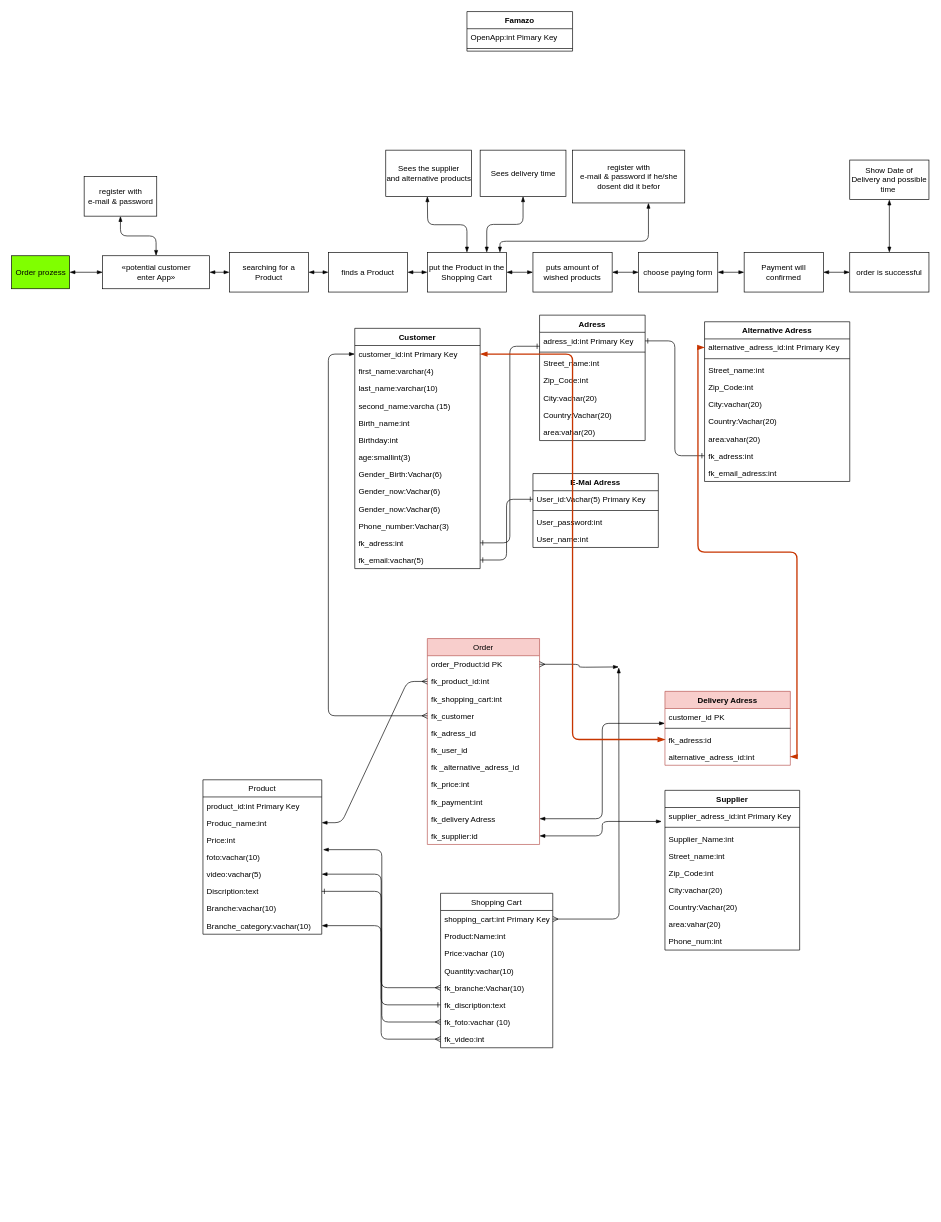
This is page "Famazon Visual 3 UML" (3 of 3) of Michael/FamazonMichael.drawio from MichaelGarrigosa/backenddayone, a draw.io file, before an edit. Source tidied: cells renumbered, new cells numbered last; positions are measured from the earlier drawing's top-left corner, leaving out a move shared by most shapes. Both pictures are drawn from the tidied source at 66%, with x=0, y=0 at pixel (11, 11).
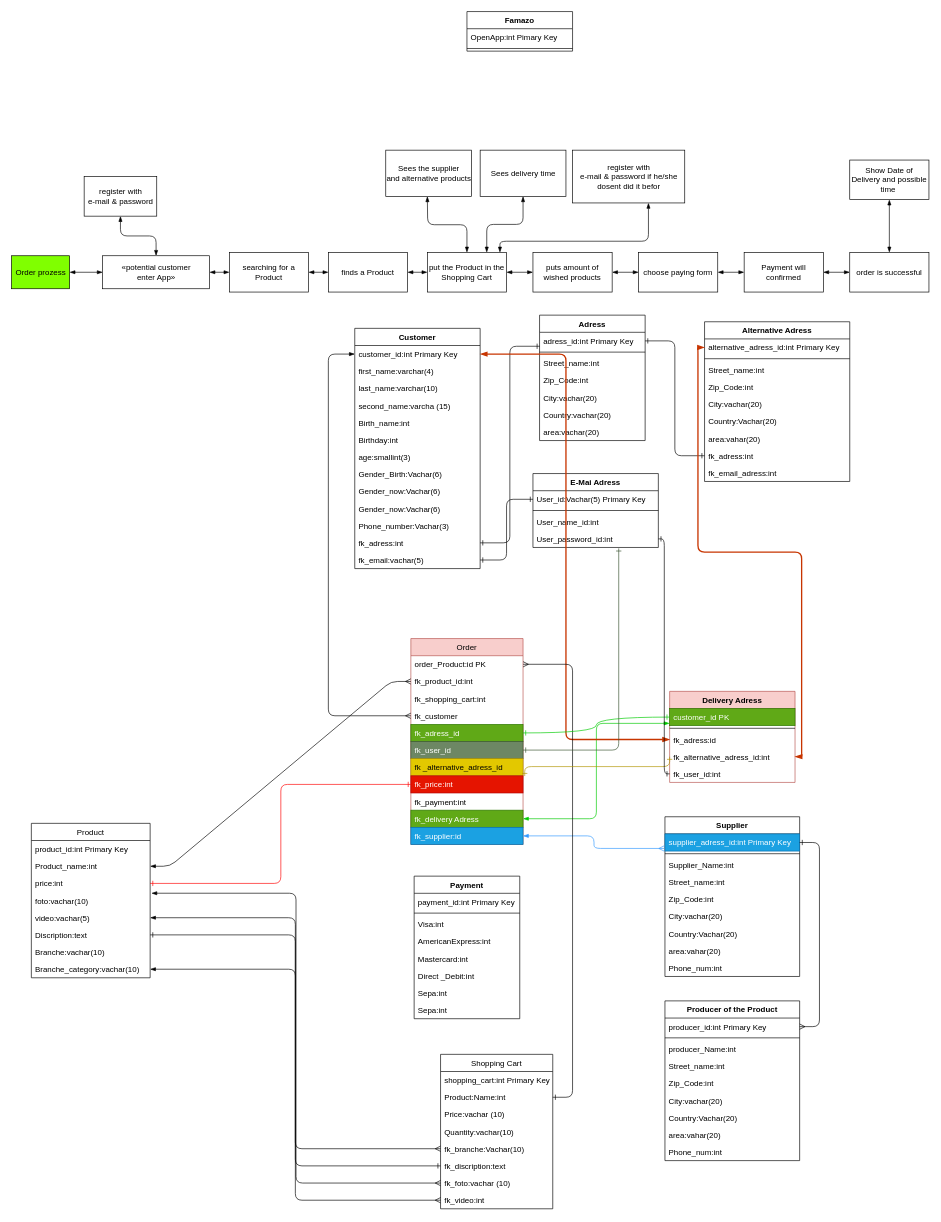
The same diagram, later.

The change refers to these unchanged cells:
```xml
<mxCell id="2" value="Adress" style="swimlane;fontStyle=1;align=center;verticalAlign=top;horizontal=1;startSize=26;" parent="1" vertex="1">
  <mxGeometry x="800" y="460" width="160" height="190" as="geometry" />
</mxCell>
<mxCell id="11" value="customer_id:int Primary Key" style="text;strokeColor=none;fillColor=none;align=left;verticalAlign=top;spacingLeft=4;spacingRight=4;overflow=hidden;points=[[0,0.5],[1,0.5]];portConstraint=eastwest;" parent="10" vertex="1">
  <mxGeometry y="26" width="190" height="26" as="geometry" />
</mxCell>
<mxCell id="24" value="E-Mai Adress" style="swimlane;fontStyle=1;align=center;verticalAlign=top;horizontal=1;startSize=26;" parent="1" vertex="1">
  <mxGeometry x="790" y="700" width="190" height="112" as="geometry" />
</mxCell>
<mxCell id="46" value="shopping_cart:int Primary Key" style="text;strokeColor=none;fillColor=none;align=left;verticalAlign=top;spacingLeft=4;spacingRight=4;overflow=hidden;points=[[0,0.5],[1,0.5]];portConstraint=eastwest;" parent="45" vertex="1">
  <mxGeometry y="26" width="170" height="26" as="geometry" />
</mxCell>
<mxCell id="47" value="Product:Name:int" style="text;strokeColor=none;fillColor=none;align=left;verticalAlign=top;spacingLeft=4;spacingRight=4;overflow=hidden;points=[[0,0.5],[1,0.5]];portConstraint=eastwest;" parent="45" vertex="1">
  <mxGeometry y="52" width="170" height="26" as="geometry" />
</mxCell>
<mxCell id="68" value="order_Product:id PK" style="text;strokeColor=none;fillColor=none;align=left;verticalAlign=top;spacingLeft=4;spacingRight=4;overflow=hidden;points=[[0,0.5],[1,0.5]];portConstraint=eastwest;" parent="67" vertex="1">
  <mxGeometry y="26" width="170" height="26" as="geometry" />
</mxCell>
<mxCell id="84" value="fk_adress:id " style="text;strokeColor=none;fillColor=none;align=left;verticalAlign=top;spacingLeft=4;spacingRight=4;overflow=hidden;points=[[0,0.5],[1,0.5]];portConstraint=eastwest;" parent="81" vertex="1">
  <mxGeometry y="60" width="190" height="26" as="geometry" />
</mxCell>
```

Diff of the diagram source:
```diff
@@
-    <mxCell id="8" value="Country:Vachar(20)" style="text;strokeColor=none;fillColor=none;align=left;verticalAlign=top;spacingLeft=4;spacingRight=4;overflow=hidden;" parent="2" vertex="1">
+    <mxCell id="8" value="Country:vachar(20)" style="text;strokeColor=none;fillColor=none;align=left;verticalAlign=top;spacingLeft=4;spacingRight=4;overflow=hidden;" parent="2" vertex="1">
       <mxGeometry y="138" width="160" height="26" as="geometry" />
     </mxCell>
-    <mxCell id="9" value="area:vahar(20)" style="text;strokeColor=none;fillColor=none;align=left;verticalAlign=top;spacingLeft=4;spacingRight=4;overflow=hidden;" parent="2" vertex="1">
+    <mxCell id="9" value="area:vachar(20)" style="text;strokeColor=none;fillColor=none;align=left;verticalAlign=top;spacingLeft=4;spacingRight=4;overflow=hidden;" parent="2" vertex="1">
       <mxGeometry y="164" width="160" height="26" as="geometry" />
     </mxCell>
@@
-    <mxCell id="27" value="User_password:int" style="text;strokeColor=none;fillColor=none;align=left;verticalAlign=top;spacingLeft=4;spacingRight=4;overflow=hidden;" parent="24" vertex="1">
+    <mxCell id="27" value="User_name_id:int" style="text;strokeColor=none;fillColor=none;align=left;verticalAlign=top;spacingLeft=4;spacingRight=4;overflow=hidden;" parent="24" vertex="1">
       <mxGeometry y="60" width="190" height="26" as="geometry" />
     </mxCell>
-    <mxCell id="28" value="User_name:int" style="text;strokeColor=none;fillColor=none;align=left;verticalAlign=top;spacingLeft=4;spacingRight=4;overflow=hidden;points=[[0,0.5],[1,0.5]];portConstraint=eastwest;" parent="24" vertex="1">
+    <mxCell id="28" value="User_password_id:int" style="text;strokeColor=none;fillColor=none;align=left;verticalAlign=top;spacingLeft=4;spacingRight=4;overflow=hidden;points=[[0,0.5],[1,0.5]];portConstraint=eastwest;" parent="24" vertex="1">
       <mxGeometry y="86" width="190" height="26" as="geometry" />
     </mxCell>
@@
     <mxCell id="45" value="Shopping Cart" style="swimlane;fontStyle=0;horizontal=1;startSize=26;fillColor=none;" parent="1" vertex="1">
-      <mxGeometry x="650" y="1336" width="170" height="234" as="geometry" />
+      <mxGeometry x="650" y="1580" width="170" height="234" as="geometry" />
     </mxCell>
@@
     <mxCell id="54" value="Product" style="swimlane;fontStyle=0;horizontal=1;startSize=26;fillColor=none;" parent="1" vertex="1">
-      <mxGeometry x="290" y="1164" width="180" height="234" as="geometry" />
+      <mxGeometry x="30" y="1230" width="180" height="234" as="geometry" />
     </mxCell>
@@
-    <mxCell id="56" value="Produc_name:int" style="text;strokeColor=none;fillColor=none;align=left;verticalAlign=top;spacingLeft=4;spacingRight=4;overflow=hidden;points=[[0,0.5],[1,0.5]];portConstraint=eastwest;" parent="54" vertex="1">
+    <mxCell id="56" value="Product_name:int" style="text;strokeColor=none;fillColor=none;align=left;verticalAlign=top;spacingLeft=4;spacingRight=4;overflow=hidden;points=[[0,0.5],[1,0.5]];portConstraint=eastwest;" parent="54" vertex="1">
       <mxGeometry y="52" width="180" height="26" as="geometry" />
     </mxCell>
-    <mxCell id="57" value="Price:int" style="text;strokeColor=none;fillColor=none;align=left;verticalAlign=top;spacingLeft=4;spacingRight=4;overflow=hidden;points=[[0,0.5],[1,0.5]];portConstraint=eastwest;" parent="54" vertex="1">
+    <mxCell id="57" value="price:int" style="text;strokeColor=none;fillColor=none;align=left;verticalAlign=top;spacingLeft=4;spacingRight=4;overflow=hidden;points=[[0,0.5],[1,0.5]];portConstraint=eastwest;" parent="54" vertex="1">
       <mxGeometry y="78" width="180" height="26" as="geometry" />
     </mxCell>
@@
     <mxCell id="67" value="Order" style="swimlane;fontStyle=0;horizontal=1;startSize=26;fillColor=#f8cecc;strokeColor=#b85450;" parent="1" vertex="1">
-      <mxGeometry x="630" y="950" width="170" height="312" as="geometry" />
+      <mxGeometry x="605" y="950" width="170" height="312" as="geometry" />
     </mxCell>
@@
-    <mxCell id="72" value="fk_adress_id" style="text;strokeColor=none;fillColor=none;align=left;verticalAlign=top;spacingLeft=4;spacingRight=4;overflow=hidden;points=[[0,0.5],[1,0.5]];portConstraint=eastwest;" parent="67" vertex="1">
+    <mxCell id="72" value="fk_adress_id" style="text;strokeColor=#2D7600;fillColor=#60a917;align=left;verticalAlign=top;spacingLeft=4;spacingRight=4;overflow=hidden;points=[[0,0.5],[1,0.5]];portConstraint=eastwest;fontColor=#ffffff;" parent="67" vertex="1">
       <mxGeometry y="130" width="170" height="26" as="geometry" />
     </mxCell>
-    <mxCell id="73" value="fk_user_id" style="text;strokeColor=none;fillColor=none;align=left;verticalAlign=top;spacingLeft=4;spacingRight=4;overflow=hidden;points=[[0,0.5],[1,0.5]];portConstraint=eastwest;" parent="67" vertex="1">
+    <mxCell id="73" value="fk_user_id" style="text;strokeColor=#3A5431;fillColor=#6d8764;align=left;verticalAlign=top;spacingLeft=4;spacingRight=4;overflow=hidden;points=[[0,0.5],[1,0.5]];portConstraint=eastwest;fontColor=#ffffff;" parent="67" vertex="1">
       <mxGeometry y="156" width="170" height="26" as="geometry" />
     </mxCell>
-    <mxCell id="74" value="fk _alternative_adress_id" style="text;strokeColor=none;fillColor=none;align=left;verticalAlign=top;spacingLeft=4;spacingRight=4;overflow=hidden;" parent="67" vertex="1">
+    <mxCell id="74" value="fk _alternative_adress_id" style="text;strokeColor=#B09500;fillColor=#e3c800;align=left;verticalAlign=top;spacingLeft=4;spacingRight=4;overflow=hidden;fontColor=#000000;" parent="67" vertex="1">
       <mxGeometry y="182" width="170" height="26" as="geometry" />
     </mxCell>
-    <mxCell id="75" value="fk_price:int" style="text;strokeColor=none;fillColor=none;align=left;verticalAlign=top;spacingLeft=4;spacingRight=4;overflow=hidden;points=[[0,0.5],[1,0.5]];portConstraint=eastwest;" parent="67" vertex="1">
+    <mxCell id="75" value="fk_price:int" style="text;strokeColor=#B20000;fillColor=#e51400;align=left;verticalAlign=top;spacingLeft=4;spacingRight=4;overflow=hidden;points=[[0,0.5],[1,0.5]];portConstraint=eastwest;fontColor=#ffffff;" parent="67" vertex="1">
       <mxGeometry y="208" width="170" height="26" as="geometry" />
     </mxCell>
@@
-    <mxCell id="77" value="fk_delivery Adress" style="text;strokeColor=none;fillColor=none;align=left;verticalAlign=top;spacingLeft=4;spacingRight=4;overflow=hidden;points=[[0,0.5],[1,0.5]];portConstraint=eastwest;" parent="67" vertex="1">
+    <mxCell id="77" value="fk_delivery Adress" style="text;strokeColor=#2D7600;fillColor=#60a917;align=left;verticalAlign=top;spacingLeft=4;spacingRight=4;overflow=hidden;points=[[0,0.5],[1,0.5]];portConstraint=eastwest;fontColor=#ffffff;" parent="67" vertex="1">
       <mxGeometry y="260" width="170" height="26" as="geometry" />
     </mxCell>
-    <mxCell id="78" value="fk_supplier:id" style="text;strokeColor=none;fillColor=none;align=left;verticalAlign=top;spacingLeft=4;spacingRight=4;overflow=hidden;points=[[0,0.5],[1,0.5]];portConstraint=eastwest;" parent="67" vertex="1">
+    <mxCell id="78" value="fk_supplier:id" style="text;strokeColor=#006EAF;fillColor=#1ba1e2;align=left;verticalAlign=top;spacingLeft=4;spacingRight=4;overflow=hidden;points=[[0,0.5],[1,0.5]];portConstraint=eastwest;fontColor=#ffffff;" parent="67" vertex="1">
       <mxGeometry y="286" width="170" height="26" as="geometry" />
     </mxCell>
@@
     <mxCell id="81" value="Delivery Adress" style="swimlane;fontStyle=1;align=center;verticalAlign=top;horizontal=1;startSize=26;fillColor=#f8cecc;strokeColor=#b85450;" parent="1" vertex="1">
-      <mxGeometry x="990" y="1030" width="190" height="112" as="geometry" />
+      <mxGeometry x="997.1" y="1030" width="190" height="138" as="geometry" />
     </mxCell>
-    <mxCell id="82" value="customer_id PK" style="text;strokeColor=none;fillColor=none;align=left;verticalAlign=top;spacingLeft=4;spacingRight=4;overflow=hidden;points=[[0,0.5],[1,0.5]];portConstraint=eastwest;" parent="81" vertex="1">
+    <mxCell id="82" value="customer_id PK" style="text;strokeColor=#2D7600;fillColor=#60a917;align=left;verticalAlign=top;spacingLeft=4;spacingRight=4;overflow=hidden;points=[[0,0.5],[1,0.5]];portConstraint=eastwest;fontColor=#ffffff;" parent="81" vertex="1">
       <mxGeometry y="26" width="190" height="26" as="geometry" />
     </mxCell>
@@
-    <mxCell id="85" value="alternative_adress_id:int" style="text;strokeColor=none;fillColor=none;align=left;verticalAlign=top;spacingLeft=4;spacingRight=4;overflow=hidden;points=[[0,0.5],[1,0.5]];portConstraint=eastwest;" parent="81" vertex="1">
+    <mxCell id="85" value="fk_alternative_adress_id:int" style="text;strokeColor=none;fillColor=none;align=left;verticalAlign=top;spacingLeft=4;spacingRight=4;overflow=hidden;points=[[0,0.5],[1,0.5]];portConstraint=eastwest;" parent="81" vertex="1">
       <mxGeometry y="86" width="190" height="26" as="geometry" />
     </mxCell>
-    <mxCell id="86" style="edgeStyle=orthogonalEdgeStyle;rounded=1;html=1;startArrow=ERmany;startFill=0;endArrow=blockThin;endFill=1;" parent="1" edge="1" source="46">
-      <mxGeometry relative="1" as="geometry">
-        <mxPoint x="920" y="994" as="targetPoint" />
-      </mxGeometry>
-    </mxCell>
-    <mxCell id="87" style="edgeStyle=orthogonalEdgeStyle;rounded=1;html=1;startArrow=ERmany;startFill=0;endArrow=blockThin;endFill=1;" parent="1" edge="1" source="68">
-      <mxGeometry relative="1" as="geometry">
-        <mxPoint x="920" y="993" as="targetPoint" />
-      </mxGeometry>
-    </mxCell>
+    <mxCell id="129" value="fk_user_id:int" style="text;strokeColor=none;fillColor=none;align=left;verticalAlign=top;spacingLeft=4;spacingRight=4;overflow=hidden;points=[[0,0.5],[1,0.5]];portConstraint=eastwest;" parent="81" vertex="1">
+      <mxGeometry y="112" width="190" height="26" as="geometry" />
+    </mxCell>
     <mxCell id="88" value="Supplier" style="swimlane;fontStyle=1;align=center;verticalAlign=top;horizontal=1;startSize=26;" parent="1" vertex="1">
-      <mxGeometry x="990" y="1180" width="204.1" height="242" as="geometry" />
+      <mxGeometry x="990" y="1220" width="204.1" height="242" as="geometry" />
     </mxCell>
-    <mxCell id="89" value="supplier_adress_id:int Primary Key" style="text;strokeColor=none;fillColor=none;align=left;verticalAlign=top;spacingLeft=4;spacingRight=4;overflow=hidden;points=[[0,0.5],[1,0.5]];portConstraint=eastwest;" parent="88" vertex="1">
+    <mxCell id="89" value="supplier_adress_id:int Primary Key" style="text;strokeColor=#006EAF;fillColor=#1ba1e2;align=left;verticalAlign=top;spacingLeft=4;spacingRight=4;overflow=hidden;points=[[0,0.5],[1,0.5]];portConstraint=eastwest;fontColor=#ffffff;" parent="88" vertex="1">
       <mxGeometry y="26" width="204.1" height="26" as="geometry" />
     </mxCell>
@@
-    <mxCell id="125" style="edgeStyle=orthogonalEdgeStyle;rounded=1;html=1;entryX=-0.024;entryY=0.813;entryDx=0;entryDy=0;entryPerimeter=0;startArrow=blockThin;startFill=1;endArrow=blockThin;endFill=1;" parent="1" edge="1" source="78" target="89">
+    <mxCell id="125" style="edgeStyle=orthogonalEdgeStyle;rounded=1;html=1;entryX=-0.006;entryY=0.848;entryDx=0;entryDy=0;entryPerimeter=0;startArrow=blockThin;startFill=1;endArrow=ERmany;endFill=0;strokeColor=#3399FF;" parent="1" edge="1" source="78" target="89">
       <mxGeometry relative="1" as="geometry" />
     </mxCell>
-    <mxCell id="126" style="edgeStyle=orthogonalEdgeStyle;rounded=1;html=1;entryX=-0.001;entryY=0.866;entryDx=0;entryDy=0;entryPerimeter=0;startArrow=blockThin;startFill=1;endArrow=blockThin;endFill=1;" parent="1" edge="1" source="77" target="82">
+    <mxCell id="126" style="edgeStyle=orthogonalEdgeStyle;rounded=1;html=1;entryX=-0.001;entryY=0.866;entryDx=0;entryDy=0;entryPerimeter=0;startArrow=blockThin;startFill=1;endArrow=blockThin;endFill=1;strokeColor=#00CC00;" parent="1" edge="1" source="77" target="82">
       <mxGeometry relative="1" as="geometry" />
     </mxCell>
     <mxCell id="127" style="edgeStyle=orthogonalEdgeStyle;rounded=1;html=1;startArrow=blockThin;startFill=1;endArrow=blockThin;endFill=1;fillColor=#fa6800;strokeColor=#C73500;strokeWidth=2;" parent="1" edge="1" source="84" target="11">
-      <mxGeometry relative="1" as="geometry" />
+      <mxGeometry relative="1" as="geometry">
+        <Array as="points">
+          <mxPoint x="840" y="1103" />
+          <mxPoint x="840" y="519" />
+        </Array>
+      </mxGeometry>
     </mxCell>
@@
+    <mxCell id="130" value="Producer of the Product" style="swimlane;fontStyle=1;align=center;verticalAlign=top;horizontal=1;startSize=26;" parent="1" vertex="1">
+      <mxGeometry x="990" y="1499" width="204.1" height="242" as="geometry" />
+    </mxCell>
+    <mxCell id="131" value="producer_id:int Primary Key" style="text;strokeColor=none;fillColor=none;align=left;verticalAlign=top;spacingLeft=4;spacingRight=4;overflow=hidden;points=[[0,0.5],[1,0.5]];portConstraint=eastwest;" parent="130" vertex="1">
+      <mxGeometry y="26" width="204.1" height="26" as="geometry" />
+    </mxCell>
+    <mxCell id="132" style="line;strokeWidth=1;fillColor=none;align=left;verticalAlign=middle;spacingTop=-1;spacingLeft=3;spacingRight=3;labelPosition=right;" parent="130" vertex="1">
+      <mxGeometry y="52" width="204.1" height="8" as="geometry" />
+    </mxCell>
+    <mxCell id="133" value="producer_Name:int" style="text;strokeColor=none;fillColor=none;align=left;verticalAlign=top;spacingLeft=4;spacingRight=4;overflow=hidden;" parent="130" vertex="1">
+      <mxGeometry y="60" width="204.1" height="26" as="geometry" />
+    </mxCell>
+    <mxCell id="134" value="Street_name:int" style="text;strokeColor=none;fillColor=none;align=left;verticalAlign=top;spacingLeft=4;spacingRight=4;overflow=hidden;" parent="130" vertex="1">
+      <mxGeometry y="86" width="204.1" height="26" as="geometry" />
+    </mxCell>
+    <mxCell id="135" value="Zip_Code:int" style="text;strokeColor=none;fillColor=none;align=left;verticalAlign=top;spacingLeft=4;spacingRight=4;overflow=hidden;" parent="130" vertex="1">
+      <mxGeometry y="112" width="204.1" height="26" as="geometry" />
+    </mxCell>
+    <mxCell id="136" value="City:vachar(20)" style="text;strokeColor=none;fillColor=none;align=left;verticalAlign=top;spacingLeft=4;spacingRight=4;overflow=hidden;" parent="130" vertex="1">
+      <mxGeometry y="138" width="204.1" height="26" as="geometry" />
+    </mxCell>
+    <mxCell id="137" value="Country:Vachar(20)" style="text;strokeColor=none;fillColor=none;align=left;verticalAlign=top;spacingLeft=4;spacingRight=4;overflow=hidden;" parent="130" vertex="1">
+      <mxGeometry y="164" width="204.1" height="26" as="geometry" />
+    </mxCell>
+    <mxCell id="138" value="area:vahar(20)" style="text;strokeColor=none;fillColor=none;align=left;verticalAlign=top;spacingLeft=4;spacingRight=4;overflow=hidden;" parent="130" vertex="1">
+      <mxGeometry y="190" width="204.1" height="26" as="geometry" />
+    </mxCell>
+    <mxCell id="139" value="Phone_num:int" style="text;strokeColor=none;fillColor=none;align=left;verticalAlign=top;spacingLeft=4;spacingRight=4;overflow=hidden;" parent="130" vertex="1">
+      <mxGeometry y="216" width="204.1" height="26" as="geometry" />
+    </mxCell>
+    <mxCell id="140" style="edgeStyle=entityRelationEdgeStyle;rounded=1;html=1;startArrow=ERone;startFill=0;endArrow=ERmany;endFill=0;strokeWidth=1;" parent="1" edge="1" source="89" target="131">
+      <mxGeometry relative="1" as="geometry" />
+    </mxCell>
+    <mxCell id="141" style="edgeStyle=entityRelationEdgeStyle;rounded=1;html=1;startArrow=ERmany;startFill=0;endArrow=ERone;endFill=0;strokeWidth=1;exitX=1;exitY=0.5;exitDx=0;exitDy=0;" parent="1" edge="1" source="68" target="47">
+      <mxGeometry relative="1" as="geometry" />
+    </mxCell>
+    <mxCell id="142" style="edgeStyle=orthogonalEdgeStyle;curved=1;rounded=1;html=1;startArrow=ERone;startFill=0;endArrow=ERone;endFill=0;strokeWidth=1;strokeColor=#00CC00;fillColor=#f0a30a;" parent="1" edge="1" source="72" target="82">
+      <mxGeometry relative="1" as="geometry" />
+    </mxCell>
+    <mxCell id="143" style="edgeStyle=elbowEdgeStyle;rounded=1;elbow=vertical;html=1;entryX=0.684;entryY=1.053;entryDx=0;entryDy=0;entryPerimeter=0;startArrow=ERone;startFill=0;endArrow=ERone;endFill=0;strokeColor=#3A5431;strokeWidth=1;fillColor=#6d8764;" parent="1" edge="1" source="73" target="28">
+      <mxGeometry relative="1" as="geometry">
+        <Array as="points">
+          <mxPoint x="770" y="1119" />
+        </Array>
+      </mxGeometry>
+    </mxCell>
+    <mxCell id="144" style="edgeStyle=elbowEdgeStyle;rounded=1;elbow=vertical;html=1;entryX=0;entryY=0.5;entryDx=0;entryDy=0;startArrow=ERone;startFill=0;endArrow=ERone;endFill=0;strokeColor=#B09500;strokeWidth=1;fillColor=#e3c800;exitX=1.015;exitY=0.013;exitDx=0;exitDy=0;exitPerimeter=0;" parent="1" edge="1" source="75" target="85">
+      <mxGeometry relative="1" as="geometry" />
+    </mxCell>
+    <mxCell id="145" style="edgeStyle=elbowEdgeStyle;rounded=1;html=1;entryX=1;entryY=0.5;entryDx=0;entryDy=0;startArrow=ERone;startFill=0;endArrow=ERone;endFill=0;strokeColor=#FF0000;strokeWidth=1;exitX=0;exitY=0.5;exitDx=0;exitDy=0;" parent="1" edge="1" source="75" target="57">
+      <mxGeometry relative="1" as="geometry" />
+    </mxCell>
+    <mxCell id="146" style="edgeStyle=elbowEdgeStyle;rounded=1;html=1;startArrow=ERone;startFill=0;endArrow=ERone;endFill=0;strokeColor=#000000;strokeWidth=1;" parent="1" edge="1" source="129" target="28">
+      <mxGeometry relative="1" as="geometry" />
+    </mxCell>
+    <mxCell id="147" style="edgeStyle=none;html=1;entryX=0.5;entryY=1;entryDx=0;entryDy=0;startArrow=ERone;startFill=0;endArrow=blockThin;endFill=1;" parent="1" edge="1">
+      <mxGeometry relative="1" as="geometry">
+        <mxPoint x="1329" y="1265" as="targetPoint" />
+      </mxGeometry>
+    </mxCell>
+    <mxCell id="148" style="edgeStyle=none;html=1;entryX=1;entryY=0.5;entryDx=0;entryDy=0;startArrow=ERone;startFill=0;endArrow=blockThin;endFill=1;" parent="1" edge="1">
+      <mxGeometry relative="1" as="geometry">
+        <mxPoint x="1364" y="1245" as="targetPoint" />
+      </mxGeometry>
+    </mxCell>
+    <mxCell id="149" value="Payment" style="swimlane;fontStyle=1;align=center;verticalAlign=top;horizontal=1;startSize=26;" parent="1" vertex="1">
+      <mxGeometry x="610" y="1310" width="160" height="216" as="geometry" />
+    </mxCell>
+    <mxCell id="150" value="payment_id:int Primary Key" style="text;strokeColor=none;fillColor=none;align=left;verticalAlign=top;spacingLeft=4;spacingRight=4;overflow=hidden;" parent="149" vertex="1">
+      <mxGeometry y="26" width="160" height="26" as="geometry" />
+    </mxCell>
+    <mxCell id="151" style="line;strokeWidth=1;fillColor=none;align=left;verticalAlign=middle;spacingTop=-1;spacingLeft=3;spacingRight=3;labelPosition=right;" parent="149" vertex="1">
+      <mxGeometry y="52" width="160" height="8" as="geometry" />
+    </mxCell>
+    <mxCell id="152" value="Visa:int" style="text;strokeColor=none;fillColor=none;align=left;verticalAlign=top;spacingLeft=4;spacingRight=4;overflow=hidden;" parent="149" vertex="1">
+      <mxGeometry y="60" width="160" height="26" as="geometry" />
+    </mxCell>
+    <mxCell id="153" value="AmericanExpress:int" style="text;strokeColor=none;fillColor=none;align=left;verticalAlign=top;spacingLeft=4;spacingRight=4;overflow=hidden;" parent="149" vertex="1">
+      <mxGeometry y="86" width="160" height="26" as="geometry" />
+    </mxCell>
+    <mxCell id="154" value="Mastercard:int" style="text;strokeColor=none;fillColor=none;align=left;verticalAlign=top;spacingLeft=4;spacingRight=4;overflow=hidden;" parent="149" vertex="1">
+      <mxGeometry y="112" width="160" height="26" as="geometry" />
+    </mxCell>
+    <mxCell id="155" value="Direct _Debit:int" style="text;strokeColor=none;fillColor=none;align=left;verticalAlign=top;spacingLeft=4;spacingRight=4;overflow=hidden;" parent="149" vertex="1">
+      <mxGeometry y="138" width="160" height="26" as="geometry" />
+    </mxCell>
+    <mxCell id="156" value="Sepa:int" style="text;strokeColor=none;fillColor=none;align=left;verticalAlign=top;spacingLeft=4;spacingRight=4;overflow=hidden;" parent="149" vertex="1">
+      <mxGeometry y="164" width="160" height="26" as="geometry" />
+    </mxCell>
+    <mxCell id="157" value="Sepa:int" style="text;strokeColor=none;fillColor=none;align=left;verticalAlign=top;spacingLeft=4;spacingRight=4;overflow=hidden;" parent="149" vertex="1">
+      <mxGeometry y="190" width="160" height="26" as="geometry" />
+    </mxCell>
```
